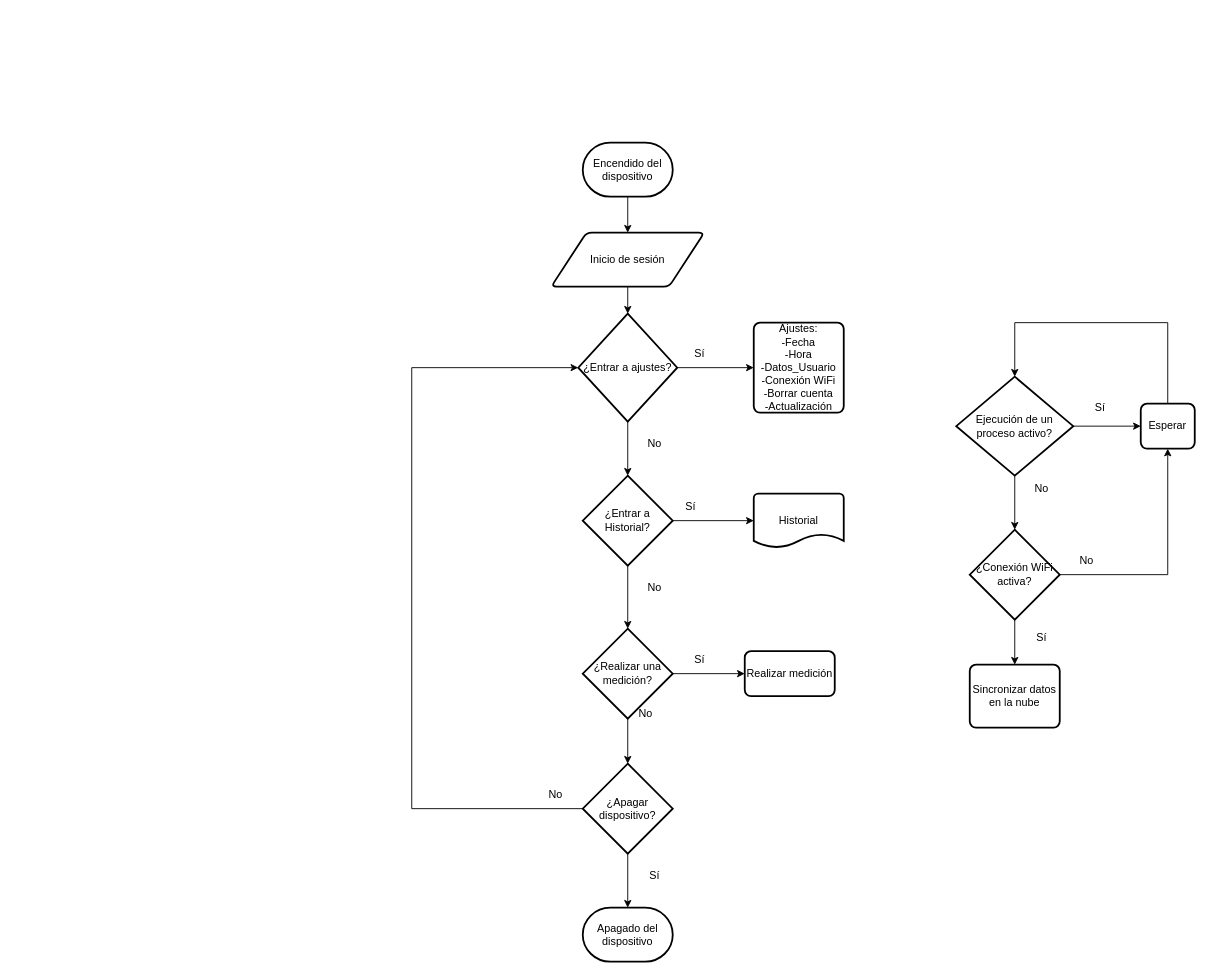
The draw.io diagram Tercera_Fase/Diagramas de software/Diagrama_General.drawio in Angeloib98/BIATRONIC, before the edit. Source tidied: cells renumbered, new cells numbered last; positions are measured from the earlier drawing's top-left corner, leaving out a move shared by most shapes. Both pictures are drawn from the tidied source at 90%, with x=0, y=0 at pixel (411, 142).
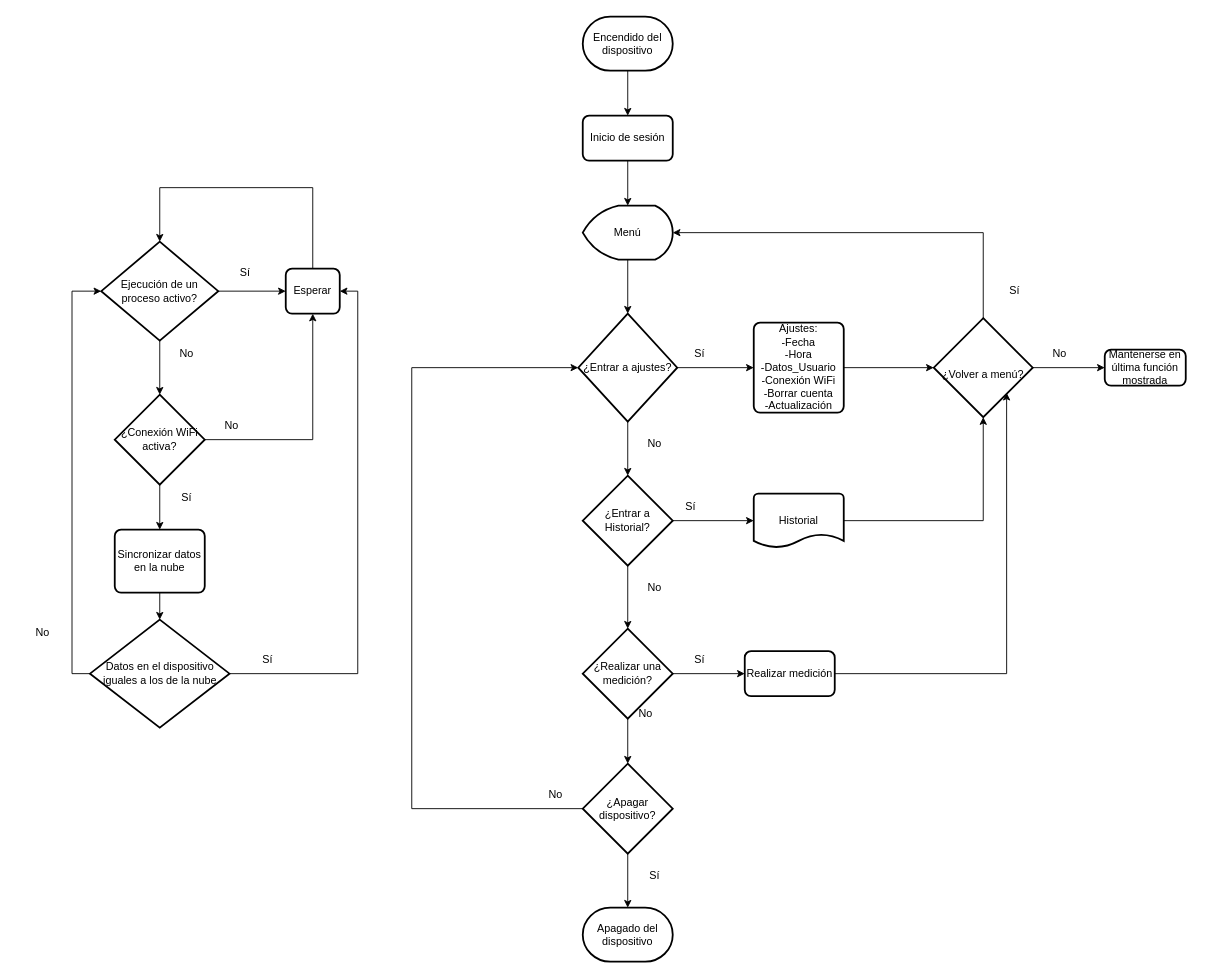
After the change.

Unchanged cells that the change refers to:
```xml
<mxCell id="5" value="¿Entrar a ajustes?" style="strokeWidth=2;html=1;shape=mxgraph.flowchart.decision;whiteSpace=wrap;" parent="1" vertex="1">
  <mxGeometry x="185" y="190" width="110" height="120" as="geometry" />
</mxCell>
<mxCell id="23" value="Historial" style="strokeWidth=2;html=1;shape=mxgraph.flowchart.document2;whiteSpace=wrap;size=0.25;" parent="1" vertex="1">
  <mxGeometry x="380" y="390" width="100" height="60" as="geometry" />
</mxCell>
<mxCell id="25" value="Ajustes:&lt;br&gt;-Fecha&lt;br&gt;-Hora&lt;br&gt;-Datos_Usuario&lt;br&gt;-Conexión WiFi&lt;br&gt;-Borrar cuenta&lt;br&gt;-Actualización" style="rounded=1;whiteSpace=wrap;html=1;absoluteArcSize=1;arcSize=14;strokeWidth=2;" parent="1" vertex="1">
  <mxGeometry x="380" y="200" width="100" height="100" as="geometry" />
</mxCell>
<mxCell id="28" value="Realizar medición" style="rounded=1;whiteSpace=wrap;html=1;absoluteArcSize=1;arcSize=14;strokeWidth=2;" parent="1" vertex="1">
  <mxGeometry x="370" y="565" width="100" height="50" as="geometry" />
</mxCell>
```

What changed in the source:
```diff
@@
-    <mxCell id="2" style="edgeStyle=orthogonalEdgeStyle;rounded=0;jettySize=auto;html=1;exitX=0.5;exitY=1;exitDx=0;exitDy=0;entryX=0.5;entryY=0;entryDx=0;entryDy=0;entryPerimeter=0;" parent="1" edge="1" source="3" target="5">
-      <mxGeometry relative="1" as="geometry" />
-    </mxCell>
-    <mxCell id="3" value="Inicio de sesión" style="shape=parallelogram;html=1;strokeWidth=2;perimeter=parallelogramPerimeter;whiteSpace=wrap;rounded=1;arcSize=12;size=0.23;" parent="1" vertex="1">
-      <mxGeometry x="155" y="100" width="170" height="60" as="geometry" />
-    </mxCell>
@@
     <mxCell id="20" value="Encendido del dispositivo" style="strokeWidth=2;html=1;shape=mxgraph.flowchart.terminator;whiteSpace=wrap;" parent="1" vertex="1">
-      <mxGeometry x="190" width="100" height="60" as="geometry" />
+      <mxGeometry x="190" y="-140" width="100" height="60" as="geometry" />
     </mxCell>
@@
+    <mxCell id="43" style="edgeStyle=orthogonalEdgeStyle;rounded=0;jettySize=auto;html=1;exitX=1;exitY=0.5;exitDx=0;exitDy=0;exitPerimeter=0;entryX=0.5;entryY=1;entryDx=0;entryDy=0;entryPerimeter=0;" parent="1" edge="1" source="23" target="57">
+      <mxGeometry relative="1" as="geometry" />
+    </mxCell>
@@
+    <mxCell id="44" style="edgeStyle=orthogonalEdgeStyle;rounded=0;jettySize=auto;html=1;exitX=1;exitY=0.5;exitDx=0;exitDy=0;entryX=0;entryY=0.5;entryDx=0;entryDy=0;entryPerimeter=0;" parent="1" edge="1" source="25" target="57">
+      <mxGeometry relative="1" as="geometry" />
+    </mxCell>
@@
+    <mxCell id="45" style="edgeStyle=orthogonalEdgeStyle;rounded=0;jettySize=auto;html=1;exitX=1;exitY=0.5;exitDx=0;exitDy=0;entryX=0.736;entryY=0.754;entryDx=0;entryDy=0;entryPerimeter=0;" parent="1" edge="1" source="28" target="57">
+      <mxGeometry relative="1" as="geometry" />
+    </mxCell>
@@
     <mxCell id="32" value="¿Conexión WiFi activa?" style="strokeWidth=2;html=1;shape=mxgraph.flowchart.decision;whiteSpace=wrap;" parent="1" vertex="1">
-      <mxGeometry x="620" y="430" width="100" height="100" as="geometry" />
+      <mxGeometry x="-330" y="280" width="100" height="100" as="geometry" />
     </mxCell>
+    <mxCell id="46" style="edgeStyle=orthogonalEdgeStyle;rounded=0;jettySize=auto;html=1;exitX=0.5;exitY=1;exitDx=0;exitDy=0;entryX=0.5;entryY=0;entryDx=0;entryDy=0;entryPerimeter=0;" parent="1" edge="1" source="33" target="50">
+      <mxGeometry relative="1" as="geometry" />
+    </mxCell>
     <mxCell id="33" value="Sincronizar datos en la nube" style="rounded=1;whiteSpace=wrap;html=1;absoluteArcSize=1;arcSize=14;strokeWidth=2;" parent="1" vertex="1">
-      <mxGeometry x="620" y="580" width="100" height="70" as="geometry" />
+      <mxGeometry x="-330" y="430" width="100" height="70" as="geometry" />
     </mxCell>
@@
     <mxCell id="36" value="Ejecución de un proceso activo?" style="strokeWidth=2;html=1;shape=mxgraph.flowchart.decision;whiteSpace=wrap;" parent="1" vertex="1">
-      <mxGeometry x="605" y="260" width="130" height="110" as="geometry" />
+      <mxGeometry x="-345" y="110" width="130" height="110" as="geometry" />
     </mxCell>
     <mxCell id="37" value="No" style="text;html=1;strokeColor=none;fillColor=none;align=center;verticalAlign=middle;whiteSpace=wrap;rounded=0;" parent="1" vertex="1">
-      <mxGeometry x="720" y="450" width="60" height="30" as="geometry" />
+      <mxGeometry x="-230" y="300" width="60" height="30" as="geometry" />
     </mxCell>
     <mxCell id="38" value="Sí" style="text;html=1;strokeColor=none;fillColor=none;align=center;verticalAlign=middle;whiteSpace=wrap;rounded=0;" parent="1" vertex="1">
-      <mxGeometry x="670" y="535" width="60" height="30" as="geometry" />
+      <mxGeometry x="-280" y="380" width="60" height="30" as="geometry" />
     </mxCell>
     <mxCell id="39" value="No" style="text;html=1;strokeColor=none;fillColor=none;align=center;verticalAlign=middle;whiteSpace=wrap;rounded=0;" parent="1" vertex="1">
-      <mxGeometry x="670" y="370" width="60" height="30" as="geometry" />
+      <mxGeometry x="-280" y="220" width="60" height="30" as="geometry" />
     </mxCell>
     <mxCell id="40" style="edgeStyle=orthogonalEdgeStyle;rounded=0;jettySize=auto;html=1;exitX=0.5;exitY=0;exitDx=0;exitDy=0;entryX=0.5;entryY=0;entryDx=0;entryDy=0;entryPerimeter=0;" parent="1" edge="1" source="41" target="36">
       <mxGeometry relative="1" as="geometry">
         <Array as="points">
-          <mxPoint x="840" y="200" />
-          <mxPoint x="670" y="200" />
+          <mxPoint x="-110" y="50" />
+          <mxPoint x="-280" y="50" />
         </Array>
       </mxGeometry>
     </mxCell>
     <mxCell id="41" value="Esperar" style="rounded=1;whiteSpace=wrap;html=1;absoluteArcSize=1;arcSize=14;strokeWidth=2;" parent="1" vertex="1">
-      <mxGeometry x="810" y="290" width="60" height="50" as="geometry" />
+      <mxGeometry x="-140" y="140" width="60" height="50" as="geometry" />
     </mxCell>
     <mxCell id="42" value="Sí" style="text;html=1;strokeColor=none;fillColor=none;align=center;verticalAlign=middle;whiteSpace=wrap;rounded=0;" parent="1" vertex="1">
-      <mxGeometry x="735" y="280" width="60" height="30" as="geometry" />
+      <mxGeometry x="-215" y="130" width="60" height="30" as="geometry" />
     </mxCell>
+    <mxCell id="47" style="edgeStyle=orthogonalEdgeStyle;rounded=0;jettySize=auto;html=1;exitX=0.5;exitY=1;exitDx=0;exitDy=0;entryX=0.5;entryY=0;entryDx=0;entryDy=0;entryPerimeter=0;" parent="1" edge="1" source="3" target="54">
+      <mxGeometry relative="1" as="geometry" />
+    </mxCell>
+    <mxCell id="3" value="Inicio de sesión" style="rounded=1;whiteSpace=wrap;html=1;absoluteArcSize=1;arcSize=14;strokeWidth=2;" parent="1" vertex="1">
+      <mxGeometry x="190" y="-30" width="100" height="50" as="geometry" />
+    </mxCell>
+    <mxCell id="48" style="edgeStyle=orthogonalEdgeStyle;rounded=0;jettySize=auto;html=1;exitX=1;exitY=0.5;exitDx=0;exitDy=0;exitPerimeter=0;entryX=1;entryY=0.5;entryDx=0;entryDy=0;" parent="1" edge="1" source="50" target="41">
+      <mxGeometry relative="1" as="geometry" />
+    </mxCell>
+    <mxCell id="49" style="edgeStyle=orthogonalEdgeStyle;rounded=0;jettySize=auto;html=1;exitX=0;exitY=0.5;exitDx=0;exitDy=0;exitPerimeter=0;entryX=0;entryY=0.5;entryDx=0;entryDy=0;entryPerimeter=0;" parent="1" edge="1" source="50" target="36">
+      <mxGeometry relative="1" as="geometry" />
+    </mxCell>
+    <mxCell id="50" value="Datos en el dispositivo iguales a los de la nube" style="strokeWidth=2;html=1;shape=mxgraph.flowchart.decision;whiteSpace=wrap;" parent="1" vertex="1">
+      <mxGeometry x="-357.5" y="530" width="155" height="120" as="geometry" />
+    </mxCell>
+    <mxCell id="51" value="Sí" style="text;html=1;strokeColor=none;fillColor=none;align=center;verticalAlign=middle;whiteSpace=wrap;rounded=0;" parent="1" vertex="1">
+      <mxGeometry x="-190" y="560" width="60" height="30" as="geometry" />
+    </mxCell>
+    <mxCell id="52" value="No" style="text;html=1;strokeColor=none;fillColor=none;align=center;verticalAlign=middle;whiteSpace=wrap;rounded=0;" parent="1" vertex="1">
+      <mxGeometry x="-440" y="530" width="60" height="30" as="geometry" />
+    </mxCell>
+    <mxCell id="53" style="edgeStyle=orthogonalEdgeStyle;rounded=0;jettySize=auto;html=1;exitX=0.5;exitY=1;exitDx=0;exitDy=0;exitPerimeter=0;entryX=0.5;entryY=0;entryDx=0;entryDy=0;entryPerimeter=0;" parent="1" edge="1" source="54" target="5">
+      <mxGeometry relative="1" as="geometry" />
+    </mxCell>
+    <mxCell id="54" value="Menú" style="strokeWidth=2;html=1;shape=mxgraph.flowchart.display;whiteSpace=wrap;" parent="1" vertex="1">
+      <mxGeometry x="190" y="70" width="100" height="60" as="geometry" />
+    </mxCell>
+    <mxCell id="55" style="edgeStyle=orthogonalEdgeStyle;rounded=0;jettySize=auto;html=1;exitX=0.5;exitY=0;exitDx=0;exitDy=0;exitPerimeter=0;entryX=1;entryY=0.5;entryDx=0;entryDy=0;entryPerimeter=0;" parent="1" edge="1" source="57" target="54">
+      <mxGeometry relative="1" as="geometry" />
+    </mxCell>
+    <mxCell id="56" style="edgeStyle=orthogonalEdgeStyle;rounded=0;jettySize=auto;html=1;exitX=1;exitY=0.5;exitDx=0;exitDy=0;exitPerimeter=0;entryX=0;entryY=0.5;entryDx=0;entryDy=0;" parent="1" edge="1" source="57" target="58">
+      <mxGeometry relative="1" as="geometry" />
+    </mxCell>
+    <mxCell id="57" value="&lt;br&gt;¿Volver a menú?" style="strokeWidth=2;html=1;shape=mxgraph.flowchart.decision;whiteSpace=wrap;" parent="1" vertex="1">
+      <mxGeometry x="580" y="195" width="110" height="110" as="geometry" />
+    </mxCell>
+    <mxCell id="58" value="Mantenerse en última función mostrada" style="rounded=1;whiteSpace=wrap;html=1;absoluteArcSize=1;arcSize=14;strokeWidth=2;" parent="1" vertex="1">
+      <mxGeometry x="770" y="230" width="90" height="40" as="geometry" />
+    </mxCell>
+    <mxCell id="59" value="No" style="text;html=1;strokeColor=none;fillColor=none;align=center;verticalAlign=middle;whiteSpace=wrap;rounded=0;" parent="1" vertex="1">
+      <mxGeometry x="690" y="220" width="60" height="30" as="geometry" />
+    </mxCell>
+    <mxCell id="60" value="Sí" style="text;html=1;strokeColor=none;fillColor=none;align=center;verticalAlign=middle;whiteSpace=wrap;rounded=0;" parent="1" vertex="1">
+      <mxGeometry x="640" y="150" width="60" height="30" as="geometry" />
+    </mxCell>
```
